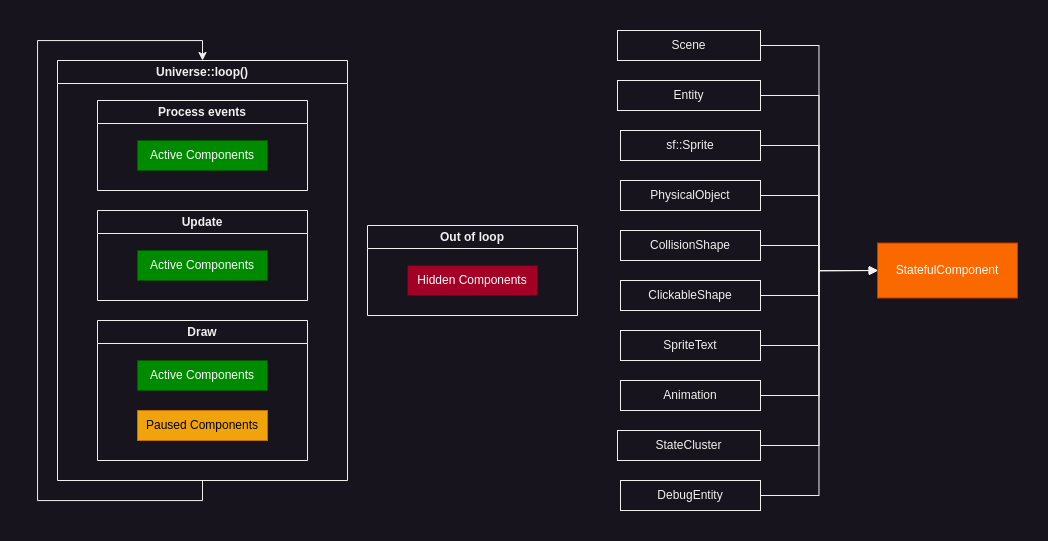
codeandjoy/SGE keeps this draw.io diagram as notes/ComponentState.drawio.png. Above is the earlier version. Source tidied: cells renumbered, new cells last; positions are measured from the earlier drawing's top-left corner, leaving out a move shared by most shapes.
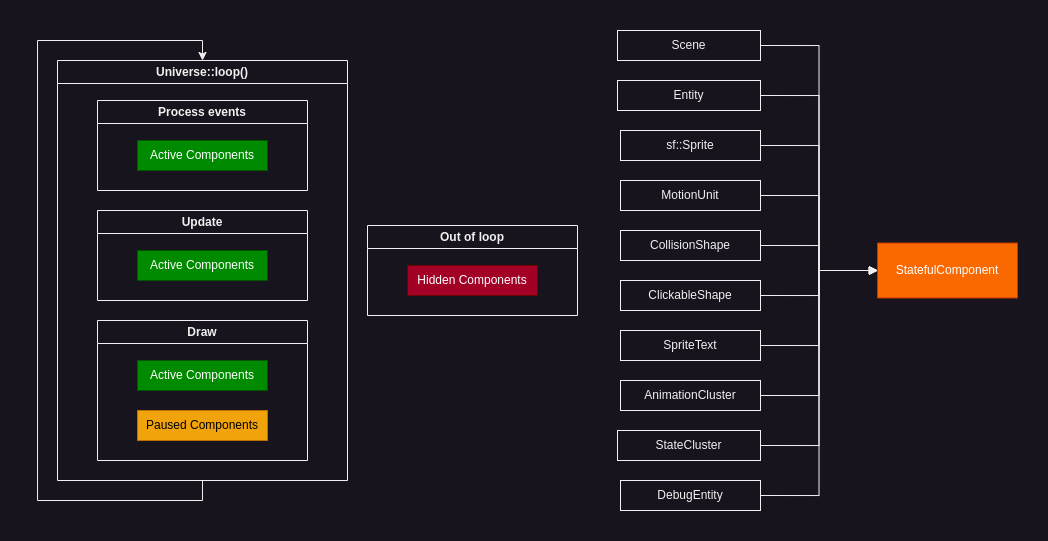
Later version of the same file.

Diff of the diagram source:
```diff
@@ -63,7 +63,7 @@
     <mxCell id="19" style="edgeStyle=orthogonalEdgeStyle;rounded=0;jettySize=auto;html=1;exitX=1;exitY=0.5;exitDx=0;exitDy=0;entryX=0;entryY=0.5;entryDx=0;entryDy=0;endArrow=block;endFill=1;" parent="1" edge="1" source="20" target="33">
       <mxGeometry relative="1" as="geometry" />
     </mxCell>
-    <mxCell id="20" value="PhysicalObject" style="rounded=0;whiteSpace=wrap;html=1;" parent="1" vertex="1">
+    <mxCell id="20" value="MotionUnit" style="rounded=0;whiteSpace=wrap;html=1;" parent="1" vertex="1">
       <mxGeometry x="583" y="150" width="140" height="30" as="geometry" />
     </mxCell>
     <mxCell id="21" style="edgeStyle=orthogonalEdgeStyle;rounded=0;jettySize=auto;html=1;exitX=1;exitY=0.5;exitDx=0;exitDy=0;entryX=0;entryY=0.5;entryDx=0;entryDy=0;endArrow=block;endFill=1;" parent="1" edge="1" source="22" target="33">
@@ -87,7 +87,7 @@
     <mxCell id="27" style="edgeStyle=orthogonalEdgeStyle;rounded=0;jettySize=auto;html=1;exitX=1;exitY=0.5;exitDx=0;exitDy=0;entryX=0;entryY=0.5;entryDx=0;entryDy=0;endArrow=block;endFill=1;" parent="1" edge="1" source="28" target="33">
       <mxGeometry relative="1" as="geometry" />
     </mxCell>
-    <mxCell id="28" value="Animation" style="rounded=0;whiteSpace=wrap;html=1;" parent="1" vertex="1">
+    <mxCell id="28" value="AnimationCluster" style="rounded=0;whiteSpace=wrap;html=1;" parent="1" vertex="1">
       <mxGeometry x="583" y="350" width="140" height="30" as="geometry" />
     </mxCell>
     <mxCell id="29" style="edgeStyle=orthogonalEdgeStyle;rounded=0;jettySize=auto;html=1;exitX=1;exitY=0.5;exitDx=0;exitDy=0;entryX=0;entryY=0.5;entryDx=0;entryDy=0;endArrow=block;endFill=1;" parent="1" edge="1" source="30" target="33">
```
